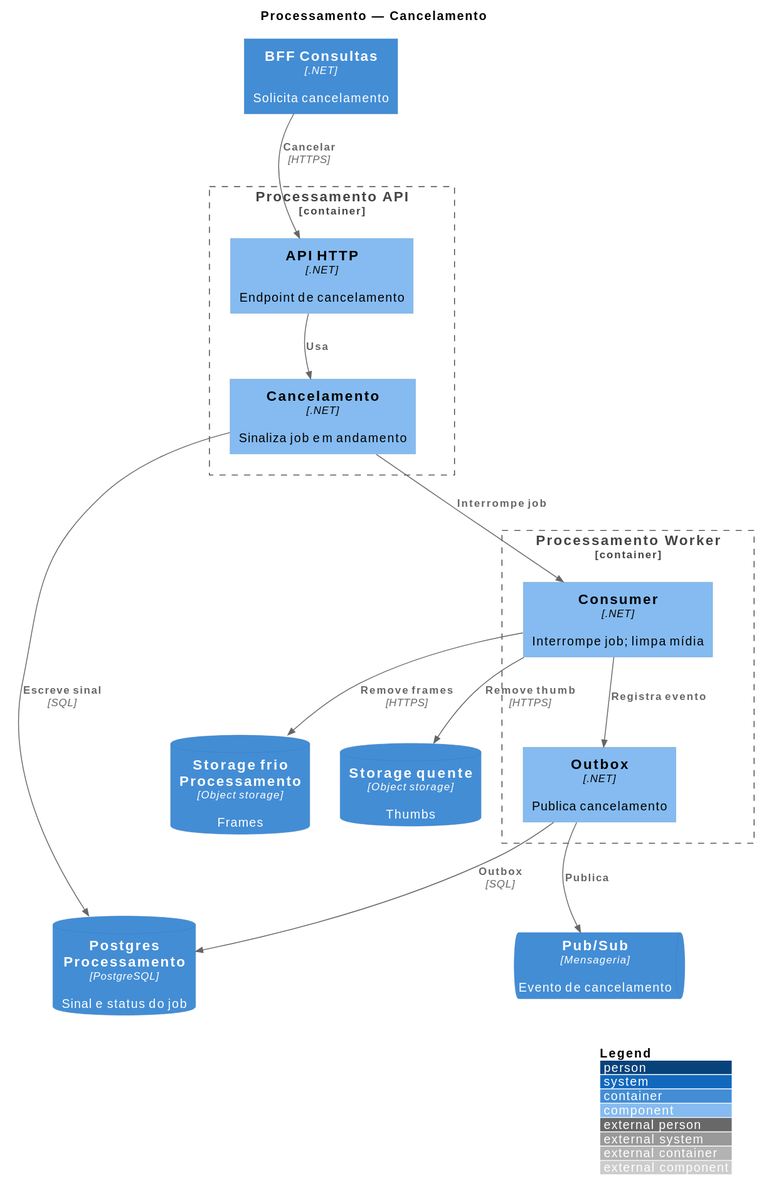
The PlantUML diagram arquitetura/08_componentes-processamento-cancelamento.svg in fiap-x-vcosta/docs, before a commit.
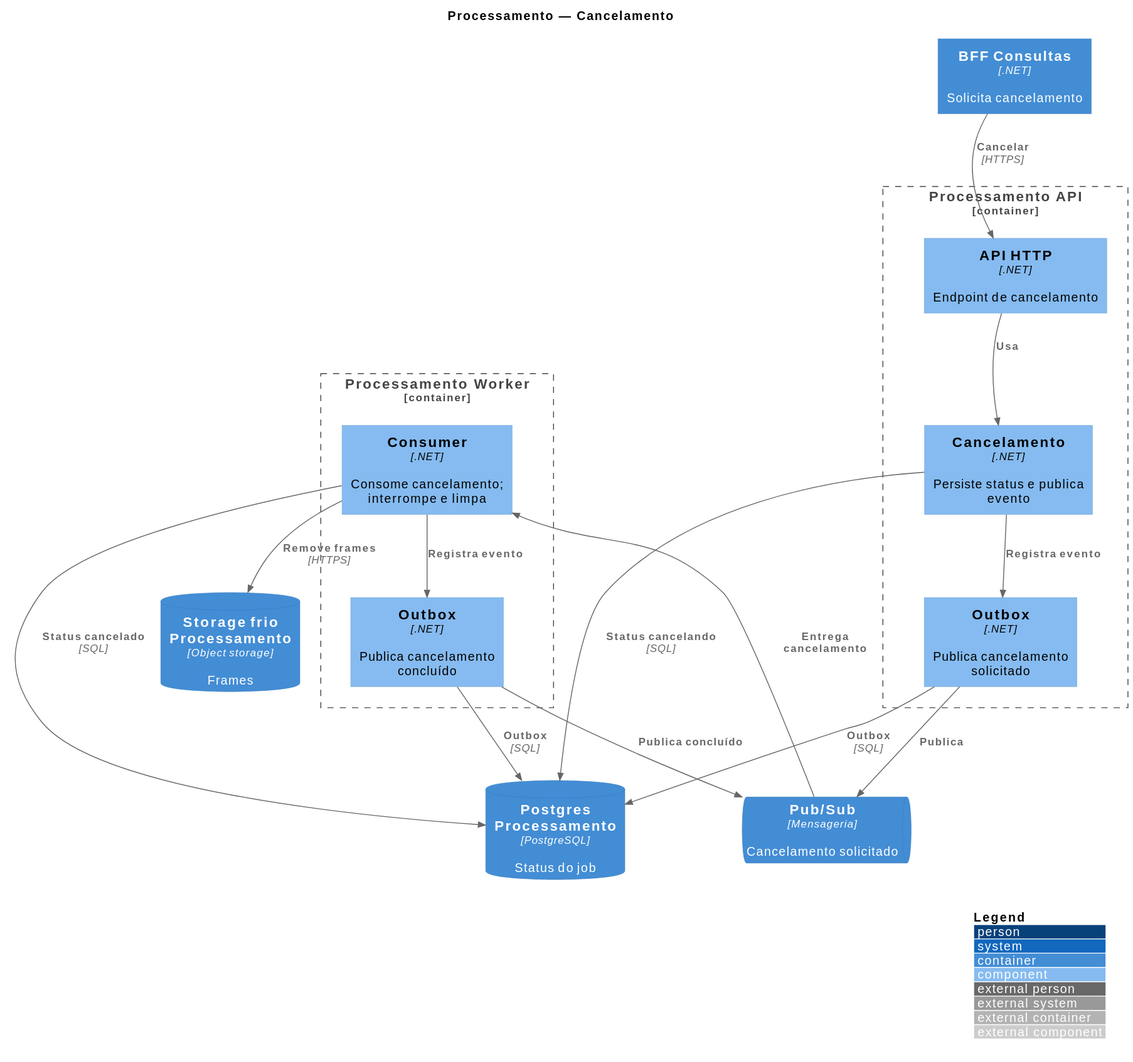
Above is the later version.

The edit, as a diff of the source:
```diff
@@ -7,37 +7,39 @@
 title Processamento — Cancelamento
 
 Container(bff, "BFF Consultas", ".NET", "Solicita cancelamento")
-ContainerQueue(pubsub, "Pub/Sub", "Mensageria", "Evento de cancelamento")
-ContainerDb(pgProc, "Postgres Processamento", "PostgreSQL", "Sinal e status do job")
+ContainerQueue(pubsub, "Pub/Sub", "Mensageria", "Cancelamento solicitado")
+ContainerDb(pgProc, "Postgres Processamento", "PostgreSQL", "Status do job")
 ContainerDb(frioProc, "Storage frio Processamento", "Object storage", "Frames")
-ContainerDb(quente, "Storage quente", "Object storage", "Thumbs")
 
 Container_Boundary(procApi, "Processamento API") {
   Component(apiHttp, "API HTTP", ".NET", "Endpoint de cancelamento")
-  Component(cancel, "Cancelamento", ".NET", "Sinaliza job em andamento")
+  Component(cancel, "Cancelamento", ".NET", "Persiste status e publica evento")
+  Component(outboxA, "Outbox", ".NET", "Publica cancelamento solicitado")
 }
 
 Container_Boundary(procWorker, "Processamento Worker") {
-  Component(consumer, "Consumer", ".NET", "Interrompe job; limpa mídia")
-  Component(outboxW, "Outbox", ".NET", "Publica cancelamento")
+  Component(consumer, "Consumer", ".NET", "Consome cancelamento; interrompe e limpa")
+  Component(outboxW, "Outbox", ".NET", "Publica cancelamento concluído")
 }
 
 Rel(bff, apiHttp, "Cancelar", "HTTPS")
 Rel(apiHttp, cancel, "Usa")
-Rel(cancel, pgProc, "Escreve sinal", "SQL")
-Rel(cancel, consumer, "Interrompe job")
+Rel(cancel, pgProc, "Status cancelando", "SQL")
+Rel(cancel, outboxA, "Registra evento")
+Rel(outboxA, pgProc, "Outbox", "SQL")
+Rel(outboxA, pubsub, "Publica")
+Rel(pubsub, consumer, "Entrega cancelamento")
+Rel(consumer, pgProc, "Status cancelado", "SQL")
 Rel(consumer, frioProc, "Remove frames", "HTTPS")
-Rel(consumer, quente, "Remove thumb", "HTTPS")
 Rel(consumer, outboxW, "Registra evento")
 Rel(outboxW, pgProc, "Outbox", "SQL")
-Rel(outboxW, pubsub, "Publica")
+Rel(outboxW, pubsub, "Publica concluído")
 
 Lay_D(bff, apiHttp)
 Lay_D(apiHttp, cancel)
+Lay_R(cancel, outboxA)
+Lay_D(outboxA, pubsub)
 Lay_R(procApi, procWorker)
-Lay_D(cancel, pgProc)
 Lay_D(consumer, frioProc)
-Lay_R(frioProc, quente)
 Lay_R(consumer, outboxW)
-Lay_D(outboxW, pubsub)
 @enduml
```
